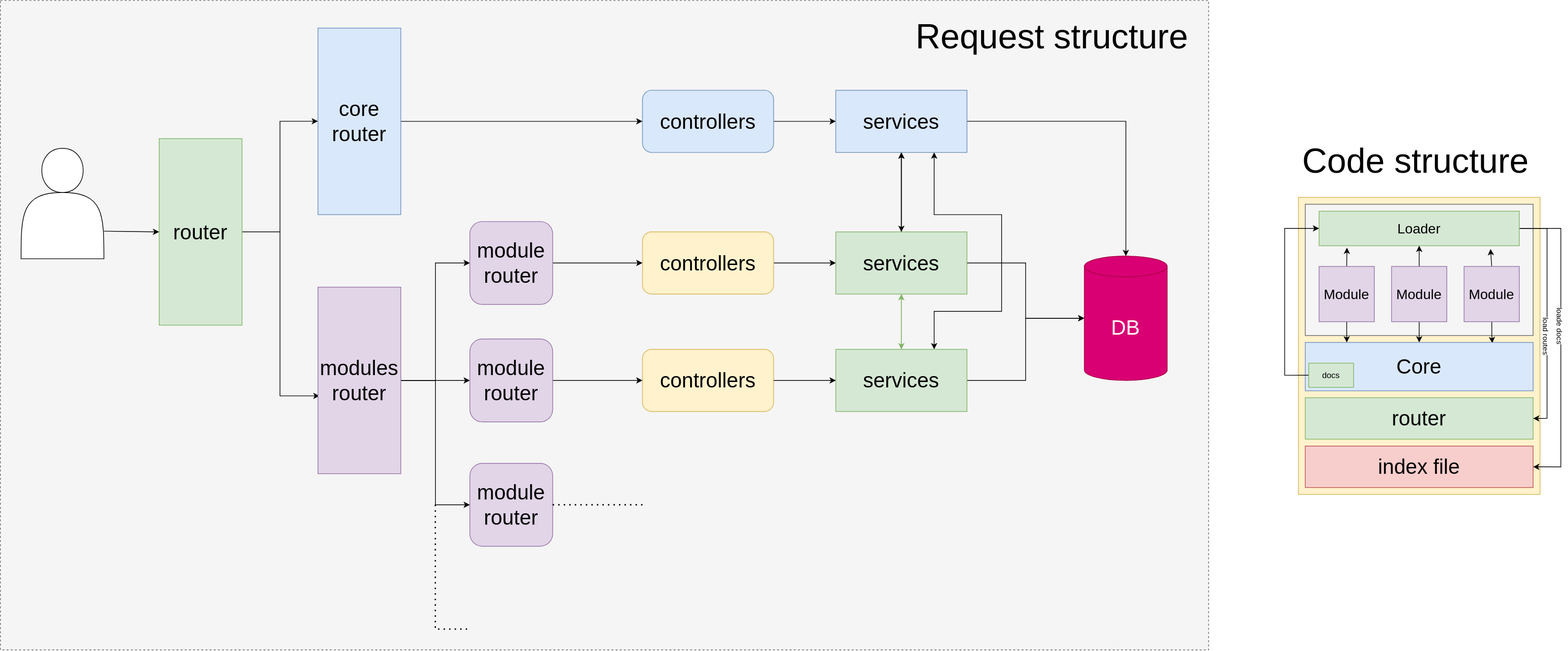
This is Diagram.drawio.svg from MrMiM-tfe/CorePlex, a draw.io export, as it was before one commit. Source tidied: cells renumbered, new cells last; positions are measured from the earlier drawing's top-left corner, leaving out a move shared by most shapes.
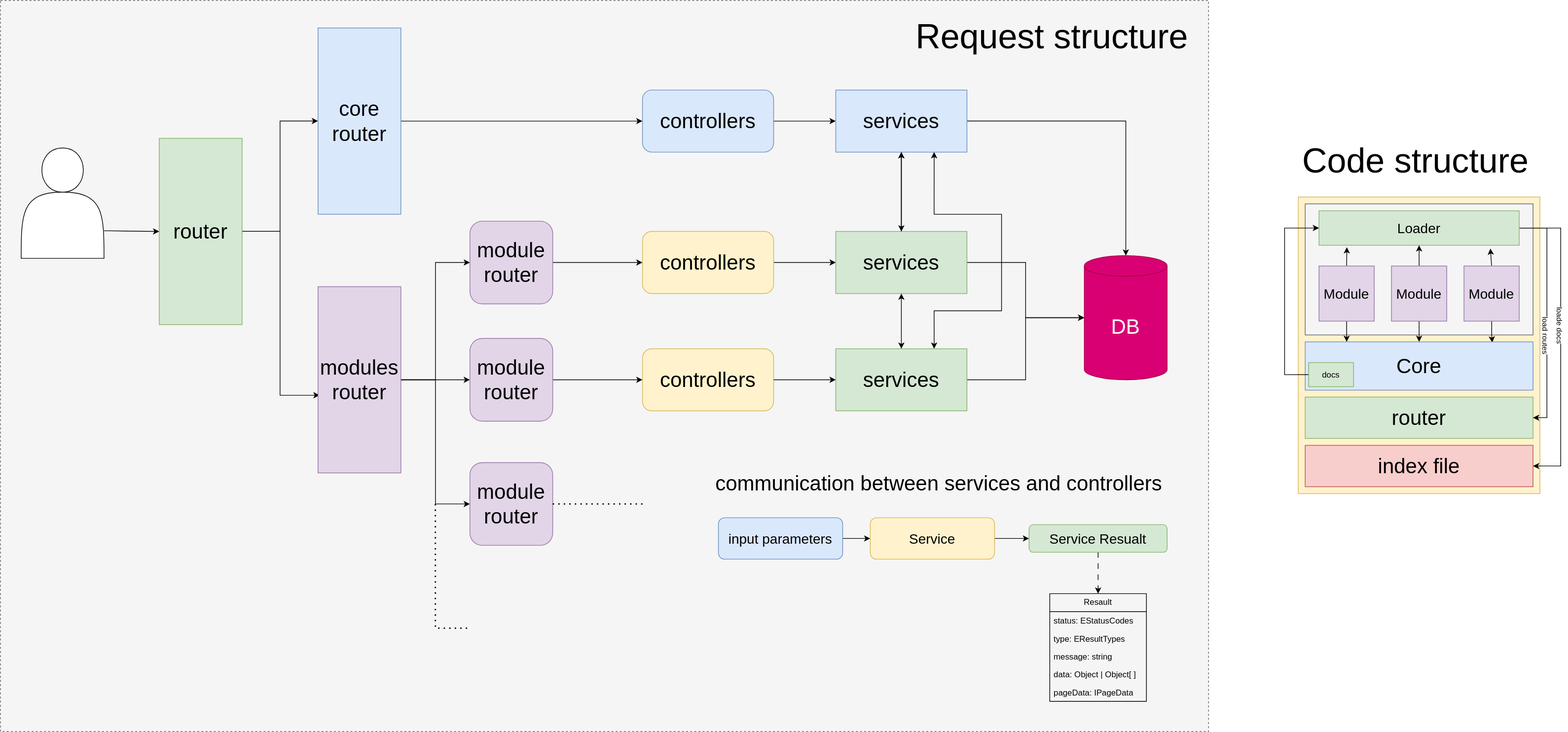
The same diagram one commit later.

Diff of the diagram source:
```diff
@@ -3,7 +3,7 @@
     <mxCell id="0" />
     <mxCell id="1" parent="0" />
     <mxCell id="2" style="rounded=0;whiteSpace=wrap;html=1;dashed=1;fillColor=#f5f5f5;fontColor=#333333;strokeColor=#666666;" parent="1" vertex="1">
-      <mxGeometry width="1750" height="940" as="geometry" />
+      <mxGeometry width="1750" height="1060" as="geometry" />
     </mxCell>
     <mxCell id="3" style="rounded=0;whiteSpace=wrap;html=1;fillColor=#fff2cc;strokeColor=#d6b656;" parent="1" vertex="1">
       <mxGeometry x="1880" y="285" width="350" height="430" as="geometry" />
@@ -78,7 +78,7 @@
     <mxCell id="22" style="edgeStyle=orthogonalEdgeStyle;rounded=0;jettySize=auto;html=1;" parent="1" edge="1" source="26" target="33">
       <mxGeometry relative="1" as="geometry" />
     </mxCell>
-    <mxCell id="23" style="edgeStyle=orthogonalEdgeStyle;rounded=0;jettySize=auto;html=1;fillColor=#d5e8d4;strokeColor=#82b366;" parent="1" edge="1" source="26" target="31">
+    <mxCell id="23" style="edgeStyle=orthogonalEdgeStyle;rounded=0;jettySize=auto;html=1;fillColor=#d5e8d4;strokeColor=#000000;startArrow=classic;startFill=1;" parent="1" edge="1" source="26" target="31">
       <mxGeometry relative="1" as="geometry" />
     </mxCell>
     <mxCell id="24" style="edgeStyle=orthogonalEdgeStyle;rounded=0;jettySize=auto;html=1;" parent="1" edge="1" source="26" target="38">
@@ -96,9 +96,6 @@
     <mxCell id="28" style="edgeStyle=orthogonalEdgeStyle;rounded=0;jettySize=auto;html=1;" parent="1" edge="1" source="31" target="33">
       <mxGeometry relative="1" as="geometry" />
     </mxCell>
-    <mxCell id="29" style="edgeStyle=orthogonalEdgeStyle;rounded=0;jettySize=auto;html=1;fillColor=#d5e8d4;strokeColor=#82b366;" parent="1" edge="1" source="31" target="26">
-      <mxGeometry relative="1" as="geometry" />
-    </mxCell>
     <mxCell id="30" style="edgeStyle=orthogonalEdgeStyle;rounded=0;jettySize=auto;html=1;exitX=0.75;exitY=0;exitDx=0;exitDy=0;entryX=0.75;entryY=1;entryDx=0;entryDy=0;shadow=0;startArrow=classic;startFill=1;" parent="1" edge="1" source="31" target="38">
       <mxGeometry relative="1" as="geometry">
         <Array as="points">
@@ -217,5 +214,44 @@
     <mxCell id="62" value="&lt;font style=&quot;font-size: 50px;&quot;&gt;Request structure&lt;/font&gt;" style="text;strokeColor=none;fillColor=none;align=left;verticalAlign=middle;spacingLeft=4;spacingRight=4;overflow=hidden;whiteSpace=wrap;html=1;" parent="1" vertex="1">
       <mxGeometry x="1320" y="20" width="410" height="60" as="geometry" />
     </mxCell>
+    <mxCell id="63" value="&lt;font style=&quot;font-size: 30px;&quot;&gt;communication between services and controllers&lt;/font&gt;" style="text;strokeColor=none;fillColor=none;align=left;verticalAlign=middle;spacingLeft=4;spacingRight=4;overflow=hidden;whiteSpace=wrap;html=1;" parent="1" vertex="1">
+      <mxGeometry x="1030" y="680" width="680" height="40" as="geometry" />
+    </mxCell>
+    <mxCell id="64" style="edgeStyle=orthogonalEdgeStyle;rounded=0;jettySize=auto;html=1;" parent="1" edge="1" source="65" target="67">
+      <mxGeometry relative="1" as="geometry" />
+    </mxCell>
+    <mxCell id="65" value="&lt;font style=&quot;font-size: 20px;&quot;&gt;input parameters&lt;/font&gt;" style="rounded=1;whiteSpace=wrap;html=1;fillColor=#dae8fc;strokeColor=#6c8ebf;" parent="1" vertex="1">
+      <mxGeometry x="1040" y="750" width="180" height="60" as="geometry" />
+    </mxCell>
+    <mxCell id="66" style="edgeStyle=orthogonalEdgeStyle;rounded=0;jettySize=auto;html=1;" parent="1" edge="1" source="67" target="69">
+      <mxGeometry relative="1" as="geometry" />
+    </mxCell>
+    <mxCell id="67" value="&lt;font style=&quot;font-size: 20px;&quot;&gt;Service&lt;/font&gt;" style="rounded=1;whiteSpace=wrap;html=1;fillColor=#fff2cc;strokeColor=#d6b656;" parent="1" vertex="1">
+      <mxGeometry x="1260" y="750" width="180" height="60" as="geometry" />
+    </mxCell>
+    <mxCell id="68" style="edgeStyle=orthogonalEdgeStyle;rounded=0;jettySize=auto;html=1;entryX=0.5;entryY=0;entryDx=0;entryDy=0;dashed=1;dashPattern=8 8;" parent="1" edge="1" source="69" target="70">
+      <mxGeometry relative="1" as="geometry" />
+    </mxCell>
+    <mxCell id="69" value="&lt;font style=&quot;font-size: 20px;&quot;&gt;Service Resualt&lt;/font&gt;" style="whiteSpace=wrap;html=1;fillColor=#d5e8d4;strokeColor=#82b366;rounded=1;" parent="1" vertex="1">
+      <mxGeometry x="1490" y="760" width="200" height="40" as="geometry" />
+    </mxCell>
+    <mxCell id="70" value="Resault" style="swimlane;fontStyle=0;horizontal=1;startSize=26;fillColor=none;whiteSpace=wrap;html=1;" parent="1" vertex="1">
+      <mxGeometry x="1520" y="860" width="140" height="156" as="geometry" />
+    </mxCell>
+    <mxCell id="71" value="status: EStatusCodes" style="text;strokeColor=none;fillColor=none;align=left;verticalAlign=top;spacingLeft=4;spacingRight=4;overflow=hidden;whiteSpace=wrap;html=1;" parent="70" vertex="1">
+      <mxGeometry y="26" width="140" height="26" as="geometry" />
+    </mxCell>
+    <mxCell id="72" value="type: EResultTypes" style="text;strokeColor=none;fillColor=none;align=left;verticalAlign=top;spacingLeft=4;spacingRight=4;overflow=hidden;whiteSpace=wrap;html=1;" parent="70" vertex="1">
+      <mxGeometry y="52" width="140" height="26" as="geometry" />
+    </mxCell>
+    <mxCell id="73" value="message: string" style="text;strokeColor=none;fillColor=none;align=left;verticalAlign=top;spacingLeft=4;spacingRight=4;overflow=hidden;whiteSpace=wrap;html=1;" parent="70" vertex="1">
+      <mxGeometry y="78" width="140" height="26" as="geometry" />
+    </mxCell>
+    <mxCell id="74" value="data: Object | Object[ ]&amp;nbsp;" style="text;strokeColor=none;fillColor=none;align=left;verticalAlign=top;spacingLeft=4;spacingRight=4;overflow=hidden;whiteSpace=wrap;html=1;" parent="70" vertex="1">
+      <mxGeometry y="104" width="140" height="26" as="geometry" />
+    </mxCell>
+    <mxCell id="75" value="pageData: IPageData" style="text;strokeColor=none;fillColor=none;align=left;verticalAlign=top;spacingLeft=4;spacingRight=4;overflow=hidden;whiteSpace=wrap;html=1;" parent="70" vertex="1">
+      <mxGeometry y="130" width="140" height="26" as="geometry" />
+    </mxCell>
   </root>
 </mxGraphModel>
```
